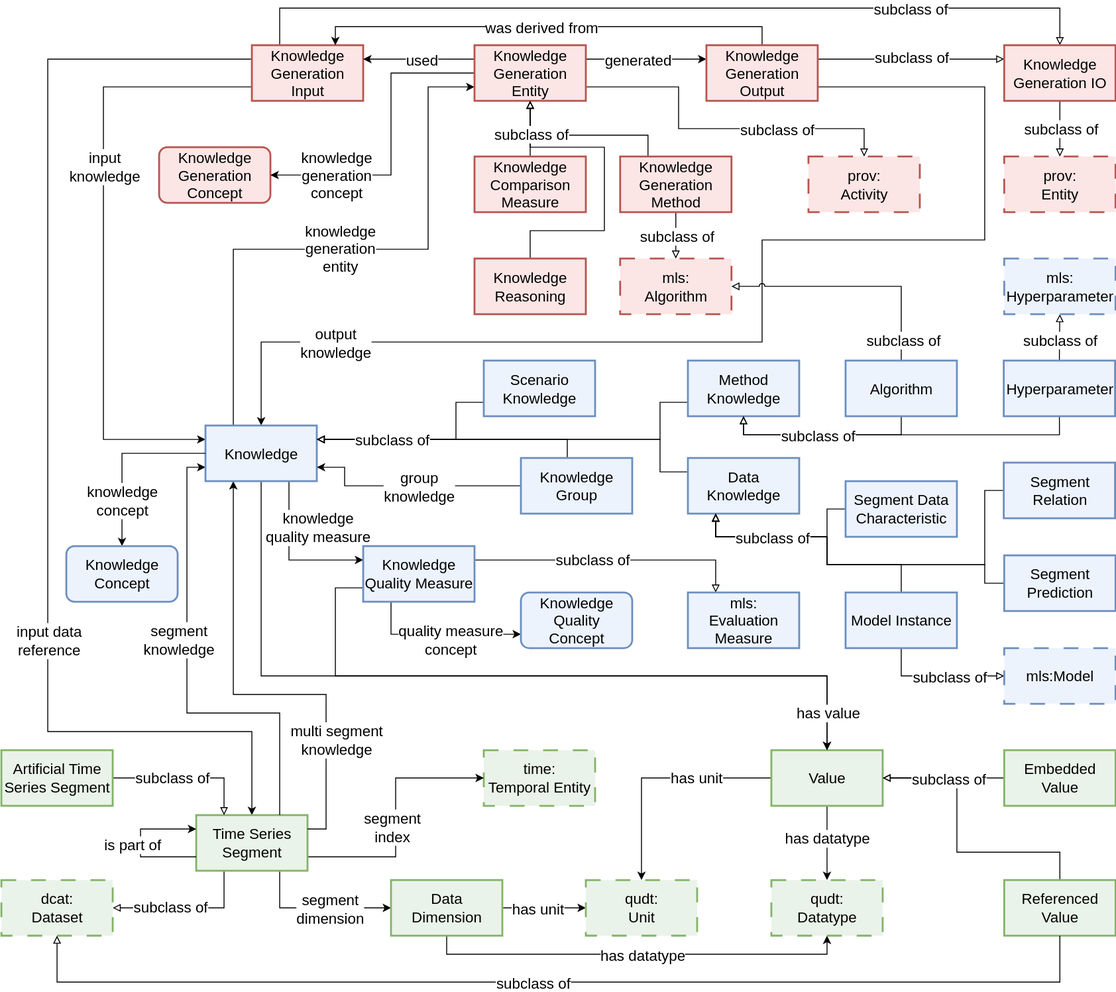
This is assets/images/semts.svg from semts-ontology/SemTS, a draw.io export, as it was before one commit. Source tidied: cells renumbered, new cells last; positions are measured from the earlier drawing's top-left corner, leaving out a move shared by most shapes.
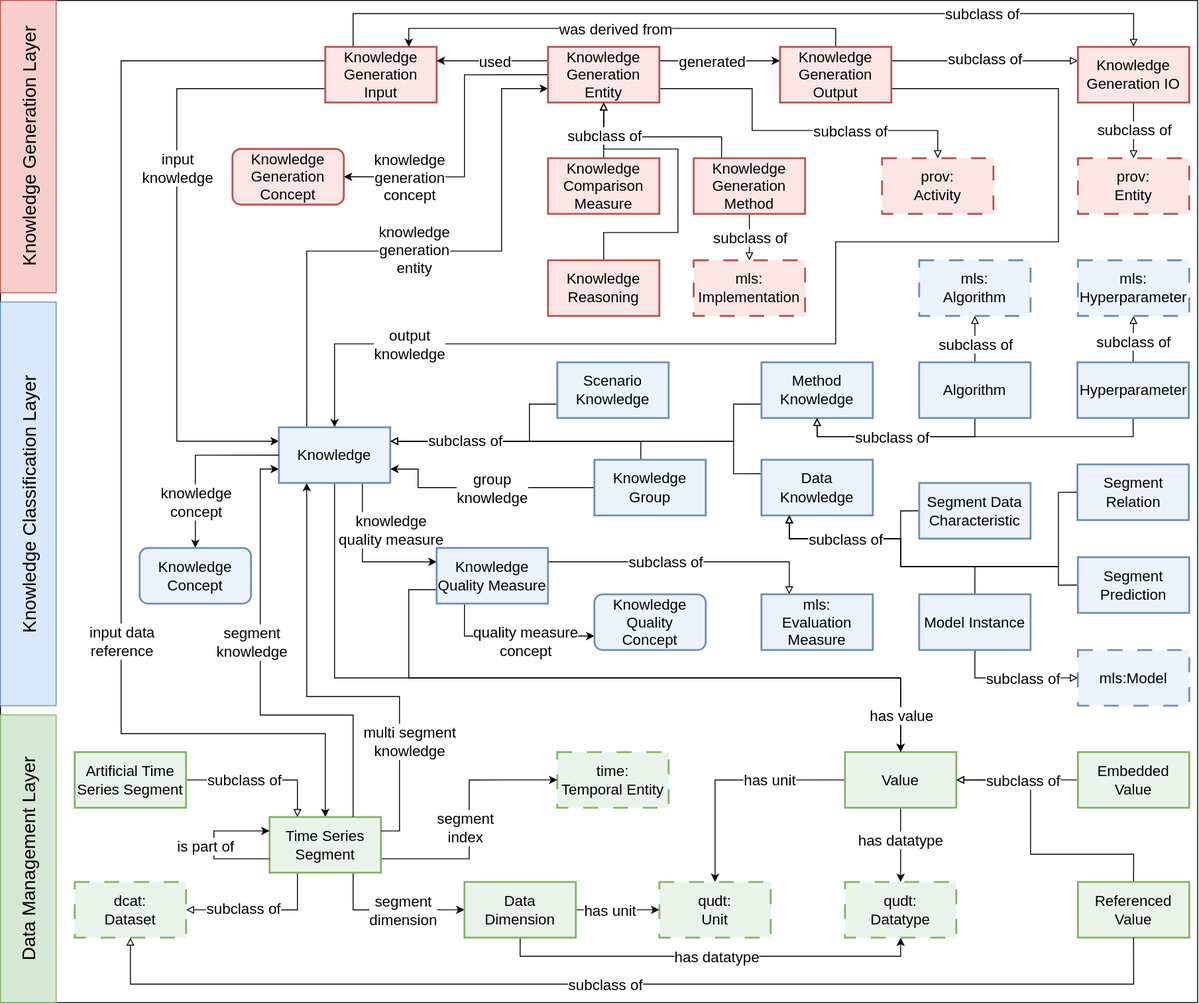
After the commit.

What changed in the source:
```diff
@@ -2,6 +2,9 @@
   <root>
     <mxCell id="0" />
     <mxCell id="1" parent="0" />
+    <mxCell id="129" style="rounded=0;whiteSpace=wrap;html=1;" parent="1" vertex="1">
+      <mxGeometry x="-80" y="-10" width="1290" height="1080" as="geometry" />
+    </mxCell>
     <mxCell id="2" style="edgeStyle=orthogonalEdgeStyle;rounded=0;jettySize=auto;html=1;exitX=0;exitY=0.75;exitDx=0;exitDy=0;fontSize=16;fontStyle=0;entryX=0;entryY=0.25;entryDx=0;entryDy=0;" parent="1" edge="1" source="8" target="68">
       <mxGeometry relative="1" as="geometry">
         <Array as="points">
@@ -32,8 +35,8 @@
     <mxCell id="6" style="edgeStyle=orthogonalEdgeStyle;rounded=0;jettySize=auto;html=1;exitX=0.25;exitY=0;exitDx=0;exitDy=0;entryX=0.5;entryY=0;entryDx=0;entryDy=0;endArrow=block;endFill=0;fontSize=16;fontStyle=0;" parent="1" edge="1" source="8" target="94">
       <mxGeometry relative="1" as="geometry">
         <Array as="points">
-          <mxPoint x="300" />
-          <mxPoint x="1141" />
+          <mxPoint x="300" y="4" />
+          <mxPoint x="1141" y="4" />
         </Array>
       </mxGeometry>
     </mxCell>
@@ -531,7 +534,7 @@
     <mxCell id="111" value="&lt;span&gt;Knowledge Comparison Measure&lt;/span&gt;" style="whiteSpace=wrap;html=1;fillColor=#f8cecc;strokeColor=#b85450;fillOpacity=50;rounded=0;fontSize=16;fontStyle=0;strokeWidth=2;" parent="1" vertex="1">
       <mxGeometry x="510" y="160" width="120" height="60" as="geometry" />
     </mxCell>
-    <mxCell id="112" value="&lt;span&gt;mls: &lt;br&gt;Algorithm&lt;/span&gt;" style="whiteSpace=wrap;html=1;fillColor=#f8cecc;strokeColor=#b85450;fillOpacity=50;rounded=0;fontSize=16;fontStyle=0;strokeWidth=2;dashed=1;dashPattern=8 8;" parent="1" vertex="1">
+    <mxCell id="112" value="&lt;span&gt;mls: &lt;br&gt;Implementation&lt;/span&gt;" style="whiteSpace=wrap;html=1;fillColor=#f8cecc;strokeColor=#b85450;fillOpacity=50;rounded=0;fontSize=16;fontStyle=0;strokeWidth=2;dashed=1;dashPattern=8 8;" parent="1" vertex="1">
       <mxGeometry x="667" y="270" width="120" height="60" as="geometry" />
     </mxCell>
     <mxCell id="113" style="edgeStyle=orthogonalEdgeStyle;rounded=0;jettySize=auto;html=1;exitX=0;exitY=0.5;exitDx=0;exitDy=0;entryX=0.25;entryY=1;entryDx=0;entryDy=0;endArrow=block;endFill=0;fontSize=16;fontStyle=0;" parent="1" edge="1" source="114" target="75">
@@ -567,12 +570,12 @@
     <mxCell id="117" value="&lt;span&gt;Segment&lt;br&gt;Relation&lt;/span&gt;" style="whiteSpace=wrap;html=1;fillColor=#dae8fc;strokeColor=#6c8ebf;fillOpacity=50;rounded=0;fontSize=16;fontStyle=0;strokeWidth=2;" parent="1" vertex="1">
       <mxGeometry x="1080.5" y="490" width="120" height="60" as="geometry" />
     </mxCell>
-    <mxCell id="118" style="edgeStyle=orthogonalEdgeStyle;rounded=0;jettySize=auto;html=1;exitX=0.5;exitY=0;exitDx=0;exitDy=0;entryX=1;entryY=0.5;entryDx=0;entryDy=0;jumpStyle=arc;endArrow=block;endFill=0;fontSize=16;fontStyle=0;" parent="1" edge="1" source="121" target="112">
+    <mxCell id="118" style="edgeStyle=orthogonalEdgeStyle;rounded=0;jettySize=auto;html=1;exitX=0.5;exitY=0;exitDx=0;exitDy=0;jumpStyle=arc;endArrow=block;endFill=0;fontSize=16;fontStyle=0;entryX=0.5;entryY=1;entryDx=0;entryDy=0;" parent="1" edge="1" source="121" target="130">
       <mxGeometry relative="1" as="geometry" />
     </mxCell>
     <mxCell id="119" value="&lt;span&gt;&lt;font&gt;subclass of&lt;/font&gt;&lt;/span&gt;" style="edgeLabel;html=1;align=center;verticalAlign=middle;fontSize=16;fontStyle=0;" parent="118" vertex="1">
       <mxGeometry x="-0.7" y="1" relative="1" as="geometry">
-        <mxPoint x="2" y="17" as="offset" />
+        <mxPoint x="1" y="-13" as="offset" />
       </mxGeometry>
     </mxCell>
     <mxCell id="120" style="edgeStyle=orthogonalEdgeStyle;rounded=0;jettySize=auto;html=1;exitX=0.5;exitY=1;exitDx=0;exitDy=0;entryX=0.5;entryY=1;entryDx=0;entryDy=0;endArrow=block;endFill=0;fontSize=16;fontStyle=0;" parent="1" edge="1" source="121" target="77">
@@ -606,5 +609,17 @@
     <mxCell id="128" value="mls:Model" style="whiteSpace=wrap;html=1;fillColor=#dae8fc;strokeColor=#6c8ebf;fillOpacity=50;rounded=0;fontSize=16;fontStyle=0;strokeWidth=2;dashed=1;dashPattern=8 8;" parent="1" vertex="1">
       <mxGeometry x="1081" y="690" width="120" height="60" as="geometry" />
     </mxCell>
+    <mxCell id="130" value="mls: &lt;br&gt;Algorithm" style="whiteSpace=wrap;html=1;fillColor=#dae8fc;strokeColor=#6c8ebf;fillOpacity=50;rounded=0;fontSize=16;fontStyle=0;strokeWidth=2;dashed=1;dashPattern=8 8;" parent="1" vertex="1">
+      <mxGeometry x="910" y="270" width="120" height="60" as="geometry" />
+    </mxCell>
+    <mxCell id="131" value="Data Management Layer" style="rounded=0;whiteSpace=wrap;html=1;fillColor=#d5e8d4;strokeColor=#82b366;rotation=-90;fontSize=20;" parent="1" vertex="1">
+      <mxGeometry x="-205" y="885" width="310" height="60" as="geometry" />
+    </mxCell>
+    <mxCell id="132" value="Knowledge Classification Layer" style="rounded=0;whiteSpace=wrap;html=1;fillColor=#dae8fc;strokeColor=#6c8ebf;rotation=-90;fontSize=20;" parent="1" vertex="1">
+      <mxGeometry x="-267.5" y="502.5" width="435" height="60" as="geometry" />
+    </mxCell>
+    <mxCell id="133" value="Knowledge Generation Layer" style="rounded=0;whiteSpace=wrap;html=1;fillColor=#f8cecc;strokeColor=#b85450;rotation=-90;fontSize=20;" parent="1" vertex="1">
+      <mxGeometry x="-207.5" y="117.5" width="315" height="60" as="geometry" />
+    </mxCell>
   </root>
 </mxGraphModel>
```
